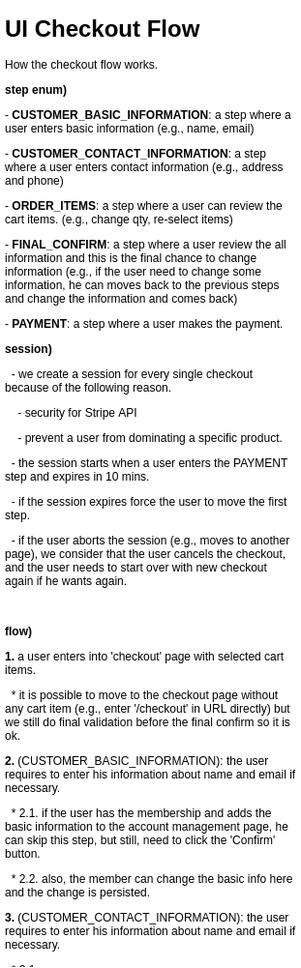
stsiwo/e-commerce-starter-kits keeps this draw.io diagram as ui-checkout-flow.png. Above is the earlier version. Source tidied: cells renumbered, new cells last; positions are measured from the earlier drawing's top-left corner, leaving out a move shared by most shapes.
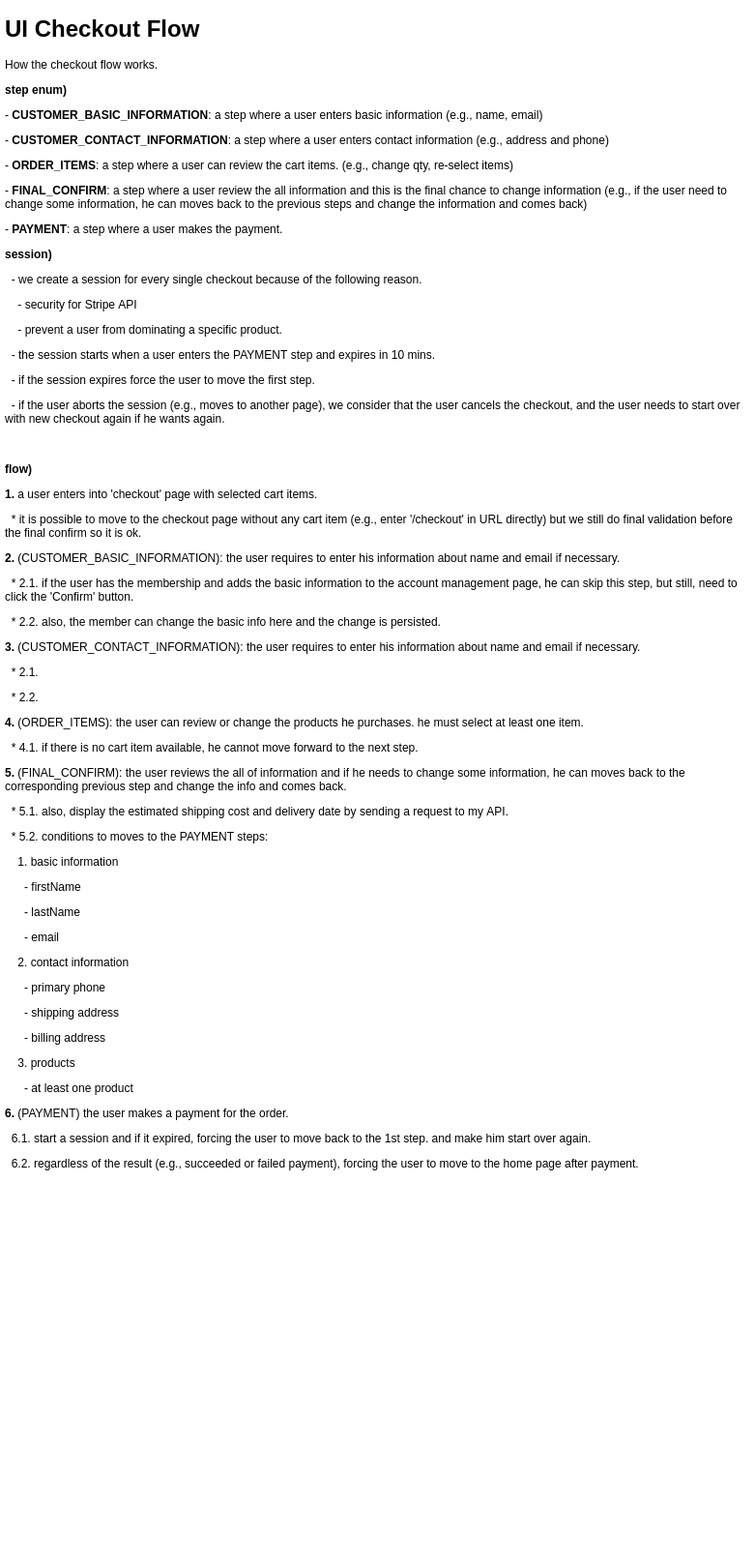
After the commit.

The edit, as a diff of the source:
```diff
@@ -2,8 +2,8 @@
   <root>
     <mxCell id="0" />
     <mxCell id="1" parent="0" />
-    <mxCell id="2" value="&lt;h1&gt;UI Checkout Flow&lt;/h1&gt;&lt;p&gt;How the checkout flow works.&lt;/p&gt;&lt;p&gt;&lt;b&gt;step enum)&lt;/b&gt;&lt;/p&gt;&lt;p&gt;- &lt;b&gt;CUSTOMER_BASIC_INFORMATION&lt;/b&gt;: a step where a user enters basic information (e.g., name, email)&lt;/p&gt;&lt;p&gt;- &lt;b&gt;CUSTOMER_CONTACT_INFORMATION&lt;/b&gt;: a step where a user enters contact information (e.g., address and phone)&lt;/p&gt;&lt;p&gt;- &lt;b&gt;ORDER_ITEMS&lt;/b&gt;: a step where a user can review the cart items. (e.g., change qty, re-select items)&lt;/p&gt;&lt;p&gt;- &lt;b&gt;FINAL_CONFIRM&lt;/b&gt;: a step where a user review the all information and this is the final chance to change information (e.g., if the user need to change some information, he can moves back to the previous steps and change the information and comes back)&lt;/p&gt;&lt;p&gt;- &lt;b&gt;PAYMENT&lt;/b&gt;: a step where a user makes the payment.&lt;/p&gt;&lt;p&gt;&lt;b&gt;session)&lt;/b&gt;&lt;/p&gt;&lt;p&gt;&lt;b&gt;&amp;nbsp; &lt;/b&gt;- we create a session for every single checkout because of the following reason.&lt;/p&gt;&lt;p&gt;&amp;nbsp; &amp;nbsp; - security for Stripe API&lt;/p&gt;&lt;p&gt;&amp;nbsp; &amp;nbsp; - prevent a user from dominating a specific product.&lt;/p&gt;&lt;p&gt;&amp;nbsp; - the session starts when a user enters the PAYMENT step and expires in 10 mins.&lt;/p&gt;&lt;p&gt;&amp;nbsp; - if the session expires force the user to move the first step.&amp;nbsp;&lt;/p&gt;&lt;p&gt;&amp;nbsp; - if the user aborts the session (e.g., moves to another page), we consider that the user cancels the checkout, and the user needs to start over with new checkout again if he wants again.&lt;/p&gt;&lt;p&gt;&lt;br&gt;&lt;/p&gt;&lt;p&gt;&lt;b&gt;flow)&lt;/b&gt;&lt;/p&gt;&lt;p&gt;&lt;b&gt;1.&lt;/b&gt; a user enters into 'checkout' page with selected cart items.&lt;/p&gt;&lt;p&gt;&amp;nbsp; * it is possible to move to the checkout page without any cart item (e.g., enter '/checkout' in URL directly) but we still do final validation before the final confirm so it is ok.&lt;/p&gt;&lt;p&gt;&lt;b&gt;2.&lt;/b&gt; (CUSTOMER_BASIC_INFORMATION): the user requires to enter his information about name and email if necessary.&lt;/p&gt;&lt;p&gt;&amp;nbsp; * 2.1. if the user has the membership and adds the basic information to the account management page, he can skip this step, but still, need to click the 'Confirm' button.&lt;/p&gt;&lt;p&gt;&amp;nbsp; * 2.2. also, the member can change the basic info here and the change is persisted.&lt;/p&gt;&lt;p&gt;&lt;b&gt;3.&lt;/b&gt; (CUSTOMER_CONTACT_INFORMATION): the user requires to enter his information about name and email if necessary.&lt;/p&gt;&lt;p&gt;&amp;nbsp; * 2.1.&amp;nbsp;&lt;/p&gt;&lt;p&gt;&amp;nbsp; * 2.2.&lt;/p&gt;&lt;p&gt;&lt;b&gt;4.&lt;/b&gt; (ORDER_ITEMS): the user can review or change the products he purchases. he must select at least one item.&amp;nbsp;&lt;/p&gt;&lt;p&gt;&amp;nbsp; * 4.1. if there is no cart item available, he cannot move forward to the next step.&amp;nbsp;&lt;/p&gt;&lt;p&gt;&lt;b&gt;5.&lt;/b&gt; (FINAL_CONFIRM): the user reviews the all of information and if he needs to change some information, he can moves back to the corresponding previous step and change the info and comes back.&amp;nbsp;&lt;/p&gt;&lt;p&gt;&amp;nbsp; * 5.1. also display the estimated shipping cost and delivery date by sending request to my API.&lt;/p&gt;&lt;p&gt;&amp;nbsp; * 5.2. conditions to moves to the PAYMENT steops:&lt;/p&gt;&lt;p&gt;&amp;nbsp; &amp;nbsp; 1. basic information&lt;/p&gt;&lt;p&gt;&amp;nbsp; &amp;nbsp; &amp;nbsp; - firstName&lt;/p&gt;&lt;p&gt;&amp;nbsp; &amp;nbsp; &amp;nbsp; - lastName&lt;/p&gt;&lt;p&gt;&amp;nbsp; &amp;nbsp; &amp;nbsp; - email&amp;nbsp;&lt;/p&gt;&lt;p&gt;&amp;nbsp; &amp;nbsp; 2. contact information&lt;/p&gt;&lt;p&gt;&amp;nbsp; &amp;nbsp; &amp;nbsp; - primary phone&lt;/p&gt;&lt;p&gt;&amp;nbsp; &amp;nbsp; &amp;nbsp; - shipping address&lt;/p&gt;&lt;p&gt;&amp;nbsp; &amp;nbsp; &amp;nbsp; - billing address&lt;/p&gt;&lt;p&gt;&amp;nbsp; &amp;nbsp; 3. products&lt;/p&gt;&lt;p&gt;&amp;nbsp; &amp;nbsp; &amp;nbsp; - at least one product&lt;/p&gt;&lt;p&gt;&lt;b&gt;6.&lt;/b&gt; (PAYMENT)&lt;/p&gt;&lt;p&gt;&lt;br&gt;&lt;/p&gt;" style="text;html=1;strokeColor=none;fillColor=none;spacing=5;spacingTop=-20;whiteSpace=wrap;overflow=hidden;rounded=0;" parent="1" vertex="1">
-      <mxGeometry width="310" height="990" as="geometry" />
+    <mxCell id="2" value="&lt;h1&gt;UI Checkout Flow&lt;/h1&gt;&lt;p&gt;How the checkout flow works.&lt;/p&gt;&lt;p&gt;&lt;b&gt;step enum)&lt;/b&gt;&lt;/p&gt;&lt;p&gt;- &lt;b&gt;CUSTOMER_BASIC_INFORMATION&lt;/b&gt;: a step where a user enters basic information (e.g., name, email)&lt;/p&gt;&lt;p&gt;- &lt;b&gt;CUSTOMER_CONTACT_INFORMATION&lt;/b&gt;: a step where a user enters contact information (e.g., address and phone)&lt;/p&gt;&lt;p&gt;- &lt;b&gt;ORDER_ITEMS&lt;/b&gt;: a step where a user can review the cart items. (e.g., change qty, re-select items)&lt;/p&gt;&lt;p&gt;- &lt;b&gt;FINAL_CONFIRM&lt;/b&gt;: a step where a user review the all information and this is the final chance to change information (e.g., if the user need to change some information, he can moves back to the previous steps and change the information and comes back)&lt;/p&gt;&lt;p&gt;- &lt;b&gt;PAYMENT&lt;/b&gt;: a step where a user makes the payment.&lt;/p&gt;&lt;p&gt;&lt;b&gt;session)&lt;/b&gt;&lt;/p&gt;&lt;p&gt;&lt;b&gt;&amp;nbsp; &lt;/b&gt;- we create a session for every single checkout because of the following reason.&lt;/p&gt;&lt;p&gt;&amp;nbsp; &amp;nbsp; - security for Stripe API&lt;/p&gt;&lt;p&gt;&amp;nbsp; &amp;nbsp; - prevent a user from dominating a specific product.&lt;/p&gt;&lt;p&gt;&amp;nbsp; - the session starts when a user enters the PAYMENT step and expires in 10 mins.&lt;/p&gt;&lt;p&gt;&amp;nbsp; - if the session expires force the user to move the first step.&amp;nbsp;&lt;/p&gt;&lt;p&gt;&amp;nbsp; - if the user aborts the session (e.g., moves to another page), we consider that the user cancels the checkout, and the user needs to start over with new checkout again if he wants again.&lt;/p&gt;&lt;p&gt;&lt;br&gt;&lt;/p&gt;&lt;p&gt;&lt;b&gt;flow)&lt;/b&gt;&lt;/p&gt;&lt;p&gt;&lt;b&gt;1.&lt;/b&gt; a user enters into 'checkout' page with selected cart items.&lt;/p&gt;&lt;p&gt;&amp;nbsp; * it is possible to move to the checkout page without any cart item (e.g., enter '/checkout' in URL directly) but we still do final validation before the final confirm so it is ok.&lt;/p&gt;&lt;p&gt;&lt;b&gt;2.&lt;/b&gt; (CUSTOMER_BASIC_INFORMATION): the user requires to enter his information about name and email if necessary.&lt;/p&gt;&lt;p&gt;&amp;nbsp; * 2.1. if the user has the membership and adds the basic information to the account management page, he can skip this step, but still, need to click the 'Confirm' button.&lt;/p&gt;&lt;p&gt;&amp;nbsp; * 2.2. also, the member can change the basic info here and the change is persisted.&lt;/p&gt;&lt;p&gt;&lt;b&gt;3.&lt;/b&gt; (CUSTOMER_CONTACT_INFORMATION): the user requires to enter his information about name and email if necessary.&lt;/p&gt;&lt;p&gt;&amp;nbsp; * 2.1.&amp;nbsp;&lt;/p&gt;&lt;p&gt;&amp;nbsp; * 2.2.&lt;/p&gt;&lt;p&gt;&lt;b&gt;4.&lt;/b&gt; (ORDER_ITEMS): the user can review or change the products he purchases. he must select at least one item.&amp;nbsp;&lt;/p&gt;&lt;p&gt;&amp;nbsp; * 4.1. if there is no cart item available, he cannot move forward to the next step.&amp;nbsp;&lt;/p&gt;&lt;p&gt;&lt;b&gt;5.&lt;/b&gt; (FINAL_CONFIRM): the user reviews the all of information and if he needs to change some information, he can moves back to the corresponding previous step and change the info and comes back.&amp;nbsp;&lt;/p&gt;&lt;p&gt;&amp;nbsp; * 5.1. also, display the estimated shipping cost and delivery date by sending a request to my API.&lt;/p&gt;&lt;p&gt;&amp;nbsp; * 5.2. conditions to moves to the PAYMENT steps:&lt;/p&gt;&lt;p&gt;&amp;nbsp; &amp;nbsp; 1. basic information&lt;/p&gt;&lt;p&gt;&amp;nbsp; &amp;nbsp; &amp;nbsp; - firstName&lt;/p&gt;&lt;p&gt;&amp;nbsp; &amp;nbsp; &amp;nbsp; - lastName&lt;/p&gt;&lt;p&gt;&amp;nbsp; &amp;nbsp; &amp;nbsp; - email&amp;nbsp;&lt;/p&gt;&lt;p&gt;&amp;nbsp; &amp;nbsp; 2. contact information&lt;/p&gt;&lt;p&gt;&amp;nbsp; &amp;nbsp; &amp;nbsp; - primary phone&lt;/p&gt;&lt;p&gt;&amp;nbsp; &amp;nbsp; &amp;nbsp; - shipping address&lt;/p&gt;&lt;p&gt;&amp;nbsp; &amp;nbsp; &amp;nbsp; - billing address&lt;/p&gt;&lt;p&gt;&amp;nbsp; &amp;nbsp; 3. products&lt;/p&gt;&lt;p&gt;&amp;nbsp; &amp;nbsp; &amp;nbsp; - at least one product&lt;/p&gt;&lt;p&gt;&lt;b&gt;6.&lt;/b&gt; (PAYMENT) the user makes a payment for the order.&lt;/p&gt;&lt;p&gt;&amp;nbsp; 6.1. start a session and if it expired, forcing the user to move back to the 1st step. and make him start over again.&lt;/p&gt;&lt;p&gt;&amp;nbsp; 6.2. regardless of the result (e.g., succeeded or failed payment), forcing the user to move to the home page after payment.&amp;nbsp;&amp;nbsp;&lt;/p&gt;&lt;p&gt;&lt;br&gt;&lt;/p&gt;" style="text;html=1;strokeColor=none;fillColor=none;spacing=5;spacingTop=-20;whiteSpace=wrap;overflow=hidden;rounded=0;" parent="1" vertex="1">
+      <mxGeometry width="780" height="1610" as="geometry" />
     </mxCell>
   </root>
 </mxGraphModel>
```
